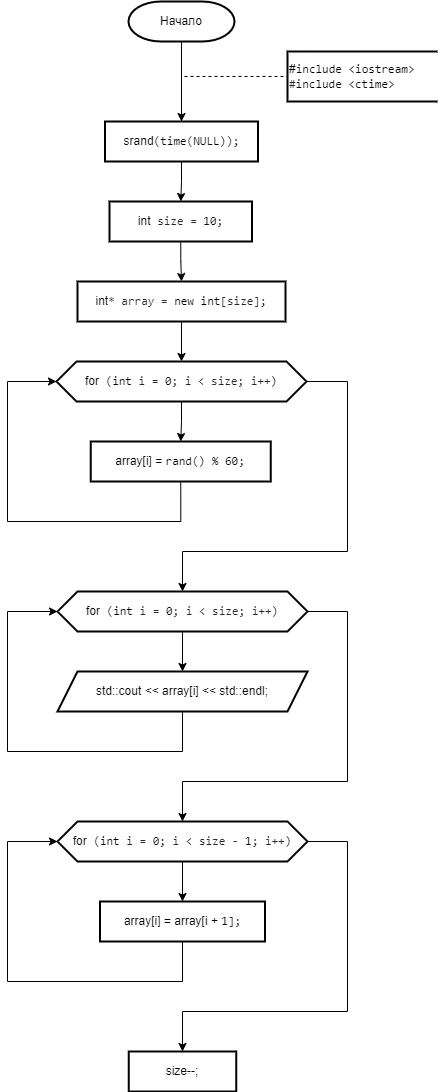
IlyaFedoseev227/LABS-PNRPU-IVT-22-1b keeps this draw.io diagram as Labs/4 Лаба/№2 Работа с одномерными массивами.png. Above is the earlier version. Source tidied: cells renumbered, new cells last; positions are measured from the earlier drawing's top-left corner, leaving out a move shared by most shapes.
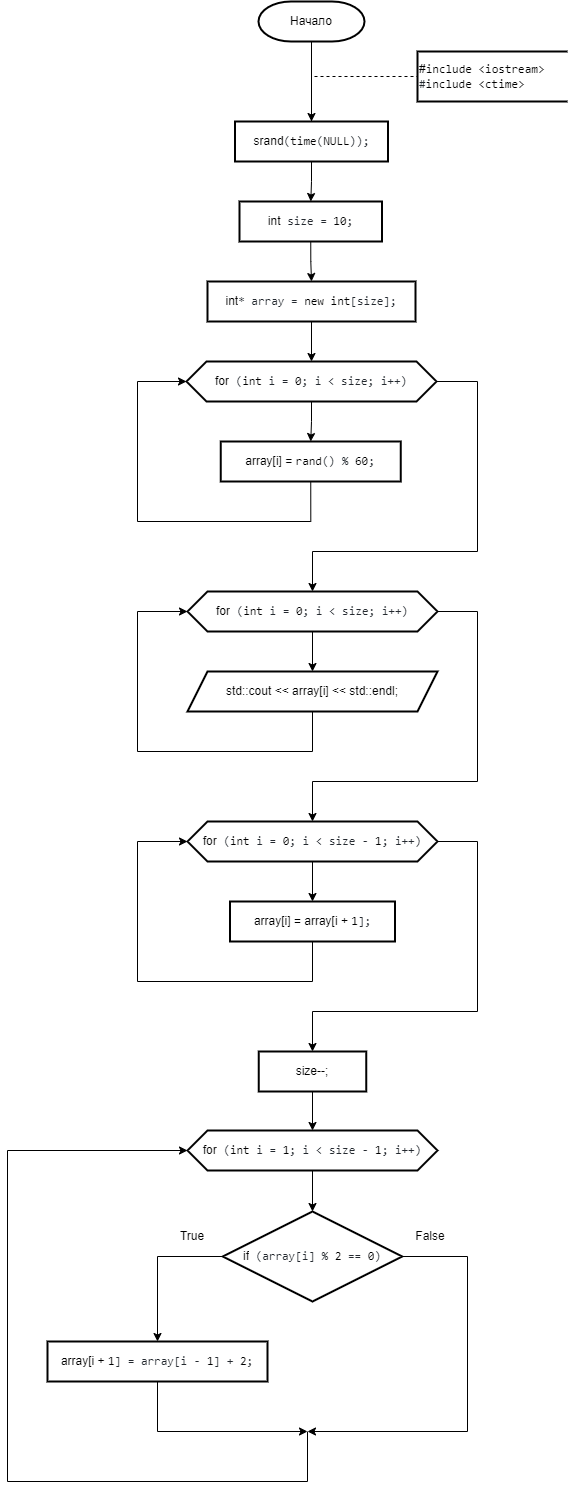
After the change.

What changed in the source:
```diff
@@ -117,8 +117,59 @@
     <mxCell id="26" value="array[i] = array[i + &lt;span style=&quot;box-sizing: border-box; color: var(--color-prettylights-syntax-constant); font-family: ui-monospace, SFMono-Regular, &amp;quot;SF Mono&amp;quot;, Menlo, Consolas, &amp;quot;Liberation Mono&amp;quot;, monospace; text-align: start; background-color: rgb(255, 255, 255);&quot; class=&quot;pl-c1&quot;&gt;1&lt;/span&gt;&lt;span style=&quot;color: rgb(36, 41, 47); font-family: ui-monospace, SFMono-Regular, &amp;quot;SF Mono&amp;quot;, Menlo, Consolas, &amp;quot;Liberation Mono&amp;quot;, monospace; text-align: start; background-color: rgb(255, 255, 255);&quot;&gt;];&lt;/span&gt;" style="shape=parallelogram;perimeter=parallelogramPerimeter;whiteSpace=wrap;html=1;fixedSize=1;strokeWidth=2;size=-6;" parent="1" vertex="1">
       <mxGeometry x="92.5" y="900" width="165" height="40" as="geometry" />
     </mxCell>
+    <mxCell id="28" style="edgeStyle=orthogonalEdgeStyle;rounded=0;jettySize=auto;html=1;exitX=0.5;exitY=1;exitDx=0;exitDy=0;entryX=0.5;entryY=0;entryDx=0;entryDy=0;" parent="1" edge="1" source="27" target="30">
+      <mxGeometry relative="1" as="geometry" />
+    </mxCell>
     <mxCell id="27" value="size--;  " style="shape=parallelogram;perimeter=parallelogramPerimeter;whiteSpace=wrap;html=1;fixedSize=1;strokeWidth=2;size=-6;" parent="1" vertex="1">
       <mxGeometry x="121.2" y="1050" width="107.5" height="40" as="geometry" />
     </mxCell>
+    <mxCell id="29" style="edgeStyle=orthogonalEdgeStyle;rounded=0;jettySize=auto;html=1;exitX=0.5;exitY=1;exitDx=0;exitDy=0;entryX=0.5;entryY=0;entryDx=0;entryDy=0;" parent="1" edge="1" source="30" target="34">
+      <mxGeometry relative="1" as="geometry" />
+    </mxCell>
+    <mxCell id="30" value="for&lt;span style=&quot;color: rgb(36, 41, 47); font-family: ui-monospace, SFMono-Regular, &amp;quot;SF Mono&amp;quot;, Menlo, Consolas, &amp;quot;Liberation Mono&amp;quot;, monospace; text-align: start; background-color: rgb(255, 255, 255);&quot;&gt; (&lt;/span&gt;&lt;span style=&quot;box-sizing: border-box; color: var(--color-prettylights-syntax-keyword); font-family: ui-monospace, SFMono-Regular, &amp;quot;SF Mono&amp;quot;, Menlo, Consolas, &amp;quot;Liberation Mono&amp;quot;, monospace; text-align: start; background-color: rgb(255, 255, 255);&quot; class=&quot;pl-k&quot;&gt;int&lt;/span&gt;&lt;span style=&quot;color: rgb(36, 41, 47); font-family: ui-monospace, SFMono-Regular, &amp;quot;SF Mono&amp;quot;, Menlo, Consolas, &amp;quot;Liberation Mono&amp;quot;, monospace; text-align: start; background-color: rgb(255, 255, 255);&quot;&gt; i = &lt;/span&gt;&lt;span style=&quot;box-sizing: border-box; color: var(--color-prettylights-syntax-constant); font-family: ui-monospace, SFMono-Regular, &amp;quot;SF Mono&amp;quot;, Menlo, Consolas, &amp;quot;Liberation Mono&amp;quot;, monospace; text-align: start; background-color: rgb(255, 255, 255);&quot; class=&quot;pl-c1&quot;&gt;1&lt;/span&gt;&lt;span style=&quot;color: rgb(36, 41, 47); font-family: ui-monospace, SFMono-Regular, &amp;quot;SF Mono&amp;quot;, Menlo, Consolas, &amp;quot;Liberation Mono&amp;quot;, monospace; text-align: start; background-color: rgb(255, 255, 255);&quot;&gt;; i &amp;lt; size - &lt;/span&gt;&lt;span style=&quot;box-sizing: border-box; color: var(--color-prettylights-syntax-constant); font-family: ui-monospace, SFMono-Regular, &amp;quot;SF Mono&amp;quot;, Menlo, Consolas, &amp;quot;Liberation Mono&amp;quot;, monospace; text-align: start; background-color: rgb(255, 255, 255);&quot; class=&quot;pl-c1&quot;&gt;1&lt;/span&gt;&lt;span style=&quot;color: rgb(36, 41, 47); font-family: ui-monospace, SFMono-Regular, &amp;quot;SF Mono&amp;quot;, Menlo, Consolas, &amp;quot;Liberation Mono&amp;quot;, monospace; text-align: start; background-color: rgb(255, 255, 255);&quot;&gt;; i++)&lt;/span&gt;" style="shape=hexagon;perimeter=hexagonPerimeter2;whiteSpace=wrap;html=1;fixedSize=1;strokeWidth=2;" parent="1" vertex="1">
+      <mxGeometry x="50" y="1129" width="250" height="40" as="geometry" />
+    </mxCell>
+    <mxCell id="31" style="edgeStyle=orthogonalEdgeStyle;rounded=0;jettySize=auto;html=1;exitX=0;exitY=0.5;exitDx=0;exitDy=0;entryX=0.5;entryY=0;entryDx=0;entryDy=0;" parent="1" edge="1" source="34" target="38">
+      <mxGeometry relative="1" as="geometry" />
+    </mxCell>
+    <mxCell id="32" style="edgeStyle=orthogonalEdgeStyle;rounded=0;jettySize=auto;html=1;exitX=1;exitY=0.5;exitDx=0;exitDy=0;" parent="1" edge="1" source="34">
+      <mxGeometry relative="1" as="geometry">
+        <mxPoint x="170" y="1430" as="targetPoint" />
+        <Array as="points">
+          <mxPoint x="330" y="1255" />
+          <mxPoint x="330" y="1430" />
+        </Array>
+      </mxGeometry>
+    </mxCell>
+    <mxCell id="33" style="edgeStyle=orthogonalEdgeStyle;rounded=0;jettySize=auto;html=1;entryX=0;entryY=0.5;entryDx=0;entryDy=0;" parent="1" edge="1" target="30">
+      <mxGeometry relative="1" as="geometry">
+        <mxPoint x="170" y="1430" as="sourcePoint" />
+        <Array as="points">
+          <mxPoint x="170" y="1480" />
+          <mxPoint x="-130" y="1480" />
+          <mxPoint x="-130" y="1149" />
+        </Array>
+      </mxGeometry>
+    </mxCell>
+    <mxCell id="34" value="if&lt;span style=&quot;color: rgb(36, 41, 47); font-family: ui-monospace, SFMono-Regular, &amp;quot;SF Mono&amp;quot;, Menlo, Consolas, &amp;quot;Liberation Mono&amp;quot;, monospace; text-align: start; background-color: rgb(255, 255, 255);&quot;&gt; (array[i] % &lt;/span&gt;&lt;span style=&quot;box-sizing: border-box; color: var(--color-prettylights-syntax-constant); font-family: ui-monospace, SFMono-Regular, &amp;quot;SF Mono&amp;quot;, Menlo, Consolas, &amp;quot;Liberation Mono&amp;quot;, monospace; text-align: start; background-color: rgb(255, 255, 255);&quot; class=&quot;pl-c1&quot;&gt;2&lt;/span&gt;&lt;span style=&quot;color: rgb(36, 41, 47); font-family: ui-monospace, SFMono-Regular, &amp;quot;SF Mono&amp;quot;, Menlo, Consolas, &amp;quot;Liberation Mono&amp;quot;, monospace; text-align: start; background-color: rgb(255, 255, 255);&quot;&gt; == &lt;/span&gt;&lt;span style=&quot;box-sizing: border-box; color: var(--color-prettylights-syntax-constant); font-family: ui-monospace, SFMono-Regular, &amp;quot;SF Mono&amp;quot;, Menlo, Consolas, &amp;quot;Liberation Mono&amp;quot;, monospace; text-align: start; background-color: rgb(255, 255, 255);&quot; class=&quot;pl-c1&quot;&gt;0&lt;/span&gt;&lt;span style=&quot;color: rgb(36, 41, 47); font-family: ui-monospace, SFMono-Regular, &amp;quot;SF Mono&amp;quot;, Menlo, Consolas, &amp;quot;Liberation Mono&amp;quot;, monospace; text-align: start; background-color: rgb(255, 255, 255);&quot;&gt;)&lt;/span&gt;" style="rhombus;whiteSpace=wrap;html=1;strokeWidth=2;" parent="1" vertex="1">
+      <mxGeometry x="85.2" y="1210" width="179.5" height="90" as="geometry" />
+    </mxCell>
+    <mxCell id="35" value="True" style="text;html=1;strokeColor=none;fillColor=none;align=center;verticalAlign=middle;whiteSpace=wrap;rounded=0;strokeWidth=2;" parent="1" vertex="1">
+      <mxGeometry x="25.2" y="1220" width="60" height="30" as="geometry" />
+    </mxCell>
+    <mxCell id="36" value="False" style="text;html=1;strokeColor=none;fillColor=none;align=center;verticalAlign=middle;whiteSpace=wrap;rounded=0;strokeWidth=2;" parent="1" vertex="1">
+      <mxGeometry x="263.2" y="1220" width="60" height="30" as="geometry" />
+    </mxCell>
+    <mxCell id="37" style="edgeStyle=orthogonalEdgeStyle;rounded=0;jettySize=auto;html=1;exitX=0.5;exitY=1;exitDx=0;exitDy=0;" parent="1" edge="1" source="38">
+      <mxGeometry relative="1" as="geometry">
+        <mxPoint x="170" y="1430" as="targetPoint" />
+        <Array as="points">
+          <mxPoint x="20" y="1430" />
+        </Array>
+      </mxGeometry>
+    </mxCell>
+    <mxCell id="38" value="array[i + &lt;span style=&quot;box-sizing: border-box; color: var(--color-prettylights-syntax-constant); font-family: ui-monospace, SFMono-Regular, &amp;quot;SF Mono&amp;quot;, Menlo, Consolas, &amp;quot;Liberation Mono&amp;quot;, monospace; text-align: start; background-color: rgb(255, 255, 255);&quot; class=&quot;pl-c1&quot;&gt;1&lt;/span&gt;&lt;span style=&quot;color: rgb(36, 41, 47); font-family: ui-monospace, SFMono-Regular, &amp;quot;SF Mono&amp;quot;, Menlo, Consolas, &amp;quot;Liberation Mono&amp;quot;, monospace; text-align: start; background-color: rgb(255, 255, 255);&quot;&gt;] = array[i - &lt;/span&gt;&lt;span style=&quot;box-sizing: border-box; color: var(--color-prettylights-syntax-constant); font-family: ui-monospace, SFMono-Regular, &amp;quot;SF Mono&amp;quot;, Menlo, Consolas, &amp;quot;Liberation Mono&amp;quot;, monospace; text-align: start; background-color: rgb(255, 255, 255);&quot; class=&quot;pl-c1&quot;&gt;1&lt;/span&gt;&lt;span style=&quot;color: rgb(36, 41, 47); font-family: ui-monospace, SFMono-Regular, &amp;quot;SF Mono&amp;quot;, Menlo, Consolas, &amp;quot;Liberation Mono&amp;quot;, monospace; text-align: start; background-color: rgb(255, 255, 255);&quot;&gt;] + &lt;/span&gt;&lt;span style=&quot;box-sizing: border-box; color: var(--color-prettylights-syntax-constant); font-family: ui-monospace, SFMono-Regular, &amp;quot;SF Mono&amp;quot;, Menlo, Consolas, &amp;quot;Liberation Mono&amp;quot;, monospace; text-align: start; background-color: rgb(255, 255, 255);&quot; class=&quot;pl-c1&quot;&gt;2&lt;/span&gt;&lt;span style=&quot;color: rgb(36, 41, 47); font-family: ui-monospace, SFMono-Regular, &amp;quot;SF Mono&amp;quot;, Menlo, Consolas, &amp;quot;Liberation Mono&amp;quot;, monospace; text-align: start; background-color: rgb(255, 255, 255);&quot;&gt;;&lt;/span&gt;" style="shape=parallelogram;perimeter=parallelogramPerimeter;whiteSpace=wrap;html=1;fixedSize=1;strokeWidth=2;size=-6;" parent="1" vertex="1">
+      <mxGeometry x="-90" y="1340" width="220" height="40" as="geometry" />
+    </mxCell>
   </root>
 </mxGraphModel>
```
